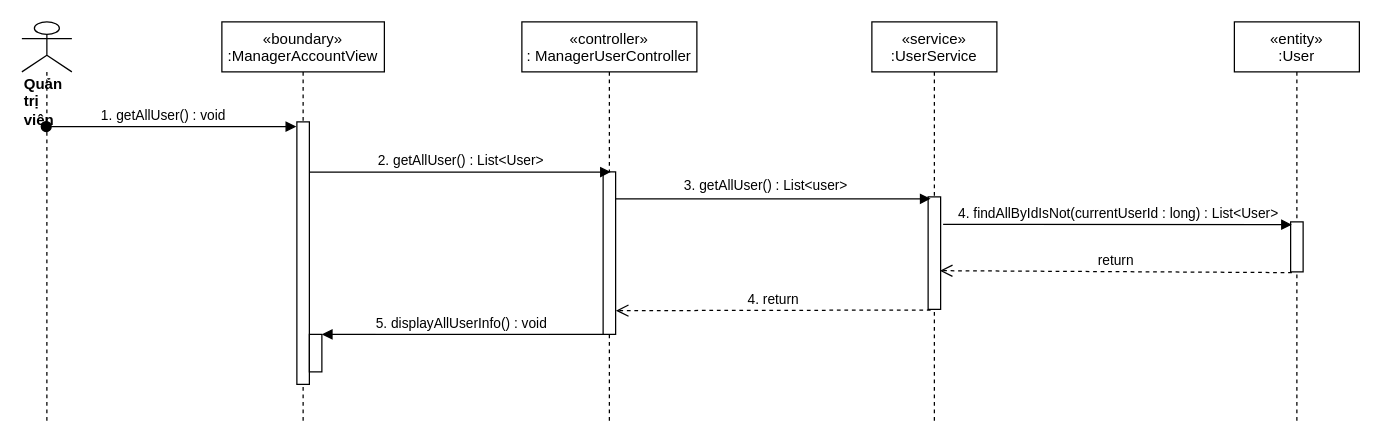
Above: sequence diagram/view-user-manager-sequence.drawio in nguyenphamvan/datn_20202 (draw.io), before the change. Source tidied: cells renumbered, new cells numbered last; positions are measured from the earlier drawing's top-left corner, leaving out a move shared by most shapes. Both pictures are drawn from the tidied source at 125%, with x=0, y=0 at pixel (21, 21).
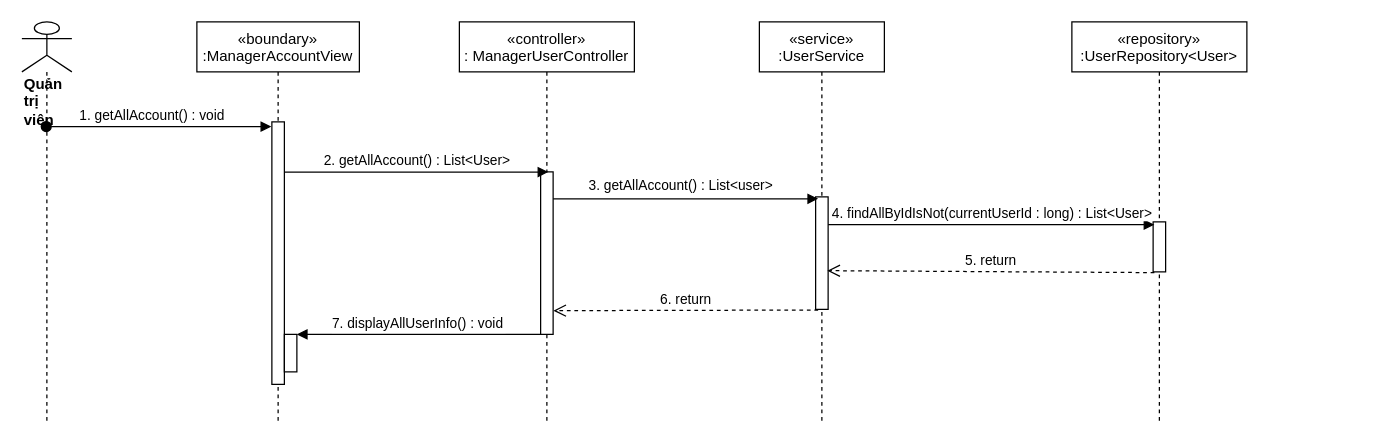
After the change.

The change refers to these unchanged cells:
```xml
<mxCell id="3" style="points=[];perimeter=orthogonalPerimeter;rounded=0;shadow=0;strokeWidth=1;" parent="2" vertex="1">
  <mxGeometry x="60" y="80" width="10" height="210" as="geometry" />
</mxCell>
<mxCell id="4" style="html=1;points=[];perimeter=orthogonalPerimeter;" parent="2" vertex="1">
  <mxGeometry x="70" y="250" width="10" height="30" as="geometry" />
</mxCell>
<mxCell id="6" style="points=[];perimeter=orthogonalPerimeter;rounded=0;shadow=0;strokeWidth=1;" parent="5" vertex="1">
  <mxGeometry x="65" y="120" width="10" height="130" as="geometry" />
</mxCell>
<mxCell id="7" value="&lt;div&gt;&lt;b&gt;Quản trị viên&lt;/b&gt;&lt;/div&gt;" style="shape=umlLifeline;participant=umlActor;perimeter=lifelinePerimeter;whiteSpace=wrap;html=1;verticalAlign=top;spacingTop=36;outlineConnect=0;align=left;size=40;" parent="1" vertex="1">
  <mxGeometry width="40" height="320" as="geometry" />
</mxCell>
<mxCell id="10" style="points=[];perimeter=orthogonalPerimeter;rounded=0;shadow=0;strokeWidth=1;" parent="9" vertex="1">
  <mxGeometry x="45" y="140" width="10" height="90" as="geometry" />
</mxCell>
<mxCell id="12" style="html=1;verticalAlign=bottom;endArrow=block;entryX=0.2;entryY=0.017;entryDx=0;entryDy=0;entryPerimeter=0;" parent="1" edge="1" source="6" target="10">
  <mxGeometry relative="1" as="geometry" />
</mxCell>
```

Diff of the diagram source:
```diff
@@
     <mxCell id="2" value="«boundary»&#10;:ManagerAccountView" style="shape=umlLifeline;perimeter=lifelinePerimeter;rounded=0;shadow=0;strokeWidth=1;" parent="1" vertex="1">
-      <mxGeometry x="160" width="130" height="320" as="geometry" />
+      <mxGeometry x="140" width="130" height="320" as="geometry" />
     </mxCell>
@@
     <mxCell id="5" value="«controller»&#10;: ManagerUserController" style="shape=umlLifeline;perimeter=lifelinePerimeter;rounded=0;shadow=0;strokeWidth=1;" parent="1" vertex="1">
-      <mxGeometry x="400" width="140" height="320" as="geometry" />
+      <mxGeometry x="350" width="140" height="320" as="geometry" />
     </mxCell>
@@
-    <mxCell id="8" value="1. getAllUser() : void" style="verticalAlign=bottom;startArrow=oval;endArrow=block;startSize=8;shadow=0;strokeWidth=1;entryX=-0.05;entryY=0.018;entryDx=0;entryDy=0;entryPerimeter=0;" parent="1" edge="1" source="7" target="3">
+    <mxCell id="8" value="1. getAllAccount() : void" style="verticalAlign=bottom;startArrow=oval;endArrow=block;startSize=8;shadow=0;strokeWidth=1;entryX=-0.05;entryY=0.018;entryDx=0;entryDy=0;entryPerimeter=0;" parent="1" edge="1" source="7" target="3">
       <mxGeometry x="-0.06" relative="1" as="geometry" />
     </mxCell>
     <mxCell id="9" value="«service»&#10;:UserService" style="shape=umlLifeline;perimeter=lifelinePerimeter;rounded=0;shadow=0;strokeWidth=1;" parent="1" vertex="1">
-      <mxGeometry x="680" width="100" height="320" as="geometry" />
+      <mxGeometry x="590" width="100" height="320" as="geometry" />
     </mxCell>
@@
-    <mxCell id="11" value="2. getAllUser() : List&amp;lt;User&amp;gt;" style="html=1;verticalAlign=bottom;endArrow=block;entryX=0.617;entryY=0.001;entryDx=0;entryDy=0;entryPerimeter=0;" parent="1" edge="1" source="3" target="6">
+    <mxCell id="11" value="2. getAllAccount() : List&amp;lt;User&amp;gt;" style="html=1;verticalAlign=bottom;endArrow=block;entryX=0.617;entryY=0.001;entryDx=0;entryDy=0;entryPerimeter=0;" parent="1" edge="1" source="3" target="6">
       <mxGeometry relative="1" as="geometry" />
     </mxCell>
@@
-    <mxCell id="13" value="3. getAllUser() : List&amp;lt;user&amp;gt;" style="edgeLabel;html=1;align=center;verticalAlign=middle;" parent="12" vertex="1">
+    <mxCell id="13" value="3. getAllAccount() : List&amp;lt;user&amp;gt;" style="edgeLabel;html=1;align=center;verticalAlign=middle;" parent="12" vertex="1">
       <mxGeometry x="-0.08" y="4" relative="1" as="geometry">
         <mxPoint x="3" y="-7" as="offset" />
       </mxGeometry>
     </mxCell>
-    <mxCell id="14" value="4. return" style="html=1;verticalAlign=bottom;endArrow=open;dashed=1;endSize=8;exitX=0.2;exitY=1.006;exitDx=0;exitDy=0;exitPerimeter=0;entryX=1.02;entryY=0.854;entryDx=0;entryDy=0;entryPerimeter=0;" parent="1" edge="1" source="10" target="6">
+    <mxCell id="14" value="6. return" style="html=1;verticalAlign=bottom;endArrow=open;dashed=1;endSize=8;exitX=0.2;exitY=1.006;exitDx=0;exitDy=0;exitPerimeter=0;entryX=1.02;entryY=0.854;entryDx=0;entryDy=0;entryPerimeter=0;" parent="1" edge="1" source="10" target="6">
       <mxGeometry relative="1" as="geometry" />
     </mxCell>
-    <mxCell id="15" value="5. displayAllUserInfo() : void" style="verticalAlign=bottom;endArrow=block;shadow=0;strokeWidth=1;" parent="1" edge="1" source="6" target="4">
+    <mxCell id="15" value="7. displayAllUserInfo() : void" style="verticalAlign=bottom;endArrow=block;shadow=0;strokeWidth=1;" parent="1" edge="1" source="6" target="4">
       <mxGeometry relative="1" as="geometry" />
     </mxCell>
-    <mxCell id="16" value="«entity»&#10;:User" style="shape=umlLifeline;perimeter=lifelinePerimeter;rounded=0;shadow=0;strokeWidth=1;" parent="1" vertex="1">
-      <mxGeometry x="970" width="100" height="320" as="geometry" />
+    <mxCell id="16" value="«repository»&#10;:UserRepository&lt;User&gt;" style="shape=umlLifeline;perimeter=lifelinePerimeter;rounded=0;shadow=0;strokeWidth=1;" parent="1" vertex="1">
+      <mxGeometry x="840" width="140" height="320" as="geometry" />
     </mxCell>
     <mxCell id="17" style="points=[];perimeter=orthogonalPerimeter;rounded=0;shadow=0;strokeWidth=1;" parent="16" vertex="1">
-      <mxGeometry x="45" y="160" width="10" height="40" as="geometry" />
+      <mxGeometry x="65" y="160" width="10" height="40" as="geometry" />
     </mxCell>
-    <mxCell id="18" value="4. findAllByIdIsNot(currentUserId : long) : List&amp;lt;User&amp;gt;" style="html=1;verticalAlign=bottom;endArrow=block;entryX=0.1;entryY=0.055;entryDx=0;entryDy=0;entryPerimeter=0;" parent="1" edge="1" target="17">
-      <mxGeometry relative="1" as="geometry">
-        <mxPoint x="737" y="162" as="sourcePoint" />
-      </mxGeometry>
+    <mxCell id="18" value="4. findAllByIdIsNot(currentUserId : long) : List&amp;lt;User&amp;gt;" style="html=1;verticalAlign=bottom;endArrow=block;entryX=0.1;entryY=0.055;entryDx=0;entryDy=0;entryPerimeter=0;" parent="1" edge="1" source="10" target="17">
+      <mxGeometry relative="1" as="geometry" />
     </mxCell>
-    <mxCell id="19" value="return" style="html=1;verticalAlign=bottom;endArrow=open;dashed=1;endSize=8;exitX=0.1;exitY=1.015;exitDx=0;exitDy=0;exitPerimeter=0;entryX=0.94;entryY=0.656;entryDx=0;entryDy=0;entryPerimeter=0;" parent="1" edge="1" source="17" target="10">
+    <mxCell id="19" value="5. return" style="html=1;verticalAlign=bottom;endArrow=open;dashed=1;endSize=8;exitX=0.1;exitY=1.015;exitDx=0;exitDy=0;exitPerimeter=0;entryX=0.94;entryY=0.656;entryDx=0;entryDy=0;entryPerimeter=0;" parent="1" edge="1" source="17" target="10">
       <mxGeometry relative="1" as="geometry" />
     </mxCell>
```
